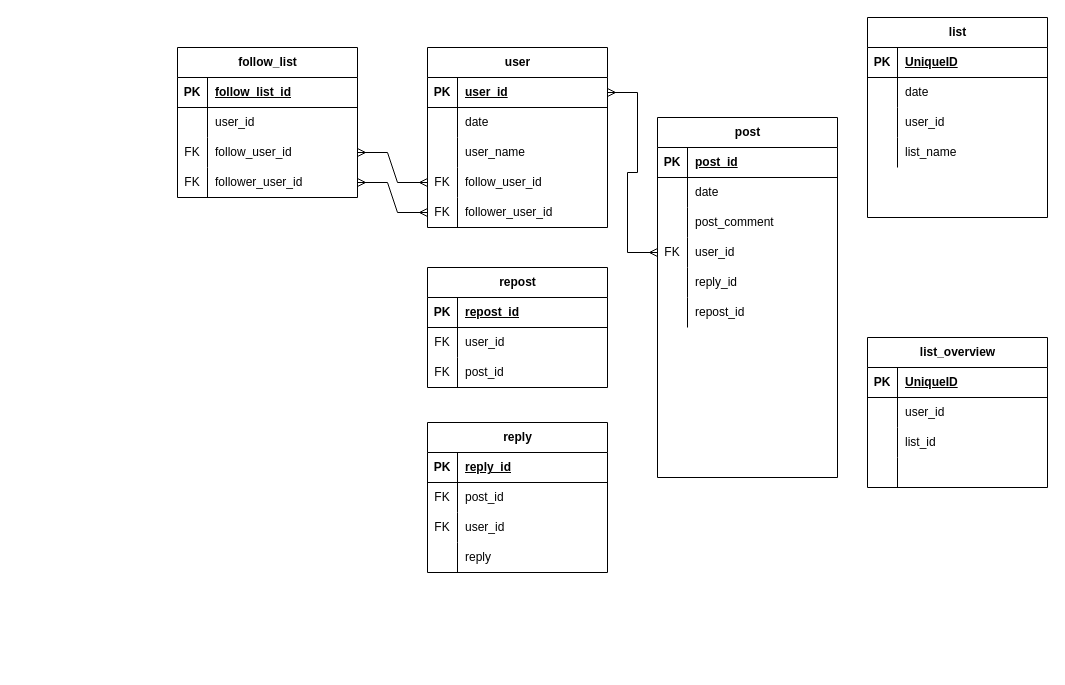
The draw.io diagram X.drawio in namacosansan/ER, before the edit. Source tidied: cells renumbered, new cells numbered last; positions are measured from the earlier drawing's top-left corner, leaving out a move shared by most shapes. Both pictures are drawn from the tidied source at 100%, with x=0, y=0 at pixel (177, 17).
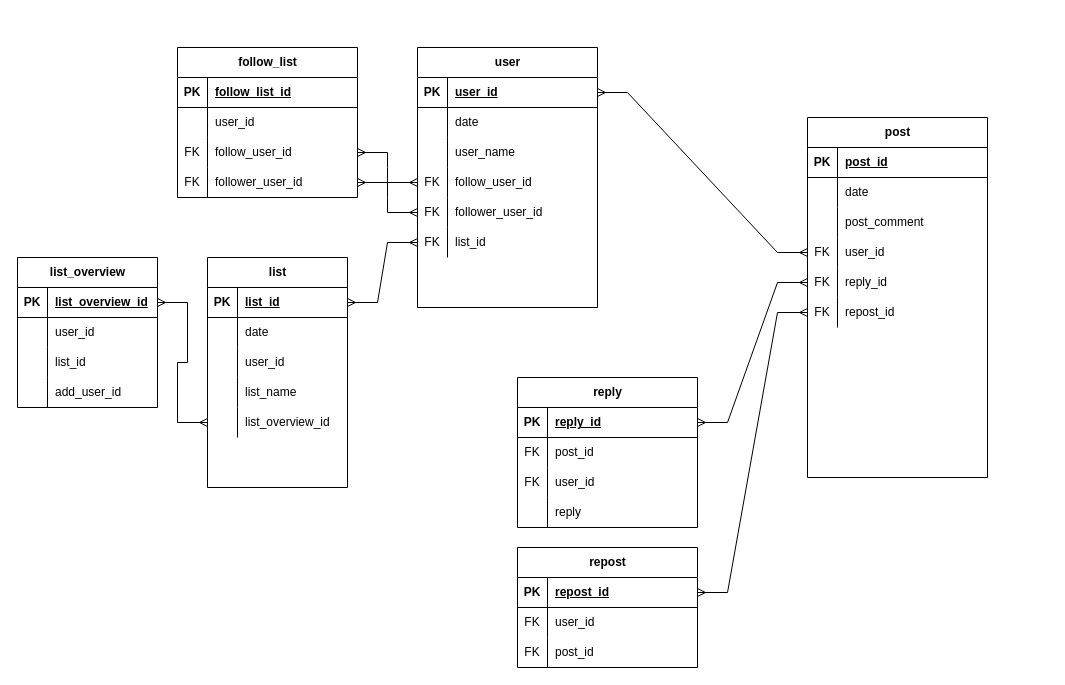
The same page after the edit.

Commit message (it also covers changes not shown here):
X.drawio を更新します

The change refers to these unchanged cells:
```xml
<mxCell id="19" style="shape=tableRow;horizontal=0;startSize=0;swimlaneHead=0;swimlaneBody=0;fillColor=none;points=[[0,0.5],[1,0.5]];portConstraint=eastwest;top=0;left=0;right=0;bottom=1;" parent="18" vertex="1">
  <mxGeometry y="30" width="180" height="30" as="geometry" />
</mxCell>
<mxCell id="32" style="shape=tableRow;horizontal=0;startSize=0;swimlaneHead=0;swimlaneBody=0;fillColor=none;points=[[0,0.5],[1,0.5]];portConstraint=eastwest;top=0;left=0;right=0;bottom=1;" parent="31" vertex="1">
  <mxGeometry y="30" width="180" height="30" as="geometry" />
</mxCell>
<mxCell id="93" style="shape=tableRow;horizontal=0;startSize=0;swimlaneHead=0;swimlaneBody=0;fillColor=none;points=[[0,0.5],[1,0.5]];portConstraint=eastwest;top=0;left=0;right=0;bottom=0;" parent="80" vertex="1">
  <mxGeometry y="150" width="180" height="30" as="geometry" />
</mxCell>
<mxCell id="96" style="shape=tableRow;horizontal=0;startSize=0;swimlaneHead=0;swimlaneBody=0;fillColor=none;points=[[0,0.5],[1,0.5]];portConstraint=eastwest;top=0;left=0;right=0;bottom=0;" parent="80" vertex="1">
  <mxGeometry y="180" width="180" height="30" as="geometry" />
</mxCell>
```

What changed in the source:
```diff
@@
     <mxCell id="2" value="user" style="shape=table;startSize=30;childLayout=tableLayout;rowLines=0;fontStyle=1;align=center;html=1;" parent="1" vertex="1">
-      <mxGeometry x="250" y="30" width="180" height="180" as="geometry" />
+      <mxGeometry x="240" y="30" width="180" height="260" as="geometry" />
     </mxCell>
@@
+    <mxCell id="102" style="shape=tableRow;horizontal=0;startSize=0;swimlaneHead=0;swimlaneBody=0;fillColor=none;points=[[0,0.5],[1,0.5]];portConstraint=eastwest;top=0;left=0;right=0;bottom=0;" parent="2" vertex="1">
+      <mxGeometry y="180" width="180" height="30" as="geometry" />
+    </mxCell>
+    <mxCell id="103" value="FK" style="shape=partialRectangle;fillColor=none;top=0;left=0;bottom=0;right=0;overflow=hidden;whiteSpace=wrap;html=1;" parent="102" vertex="1">
+      <mxGeometry width="30" height="30" as="geometry" />
+    </mxCell>
+    <mxCell id="104" value="list_id" style="shape=partialRectangle;fillColor=none;top=0;left=0;bottom=0;right=0;align=left;spacingLeft=6;overflow=hidden;whiteSpace=wrap;html=1;" parent="102" vertex="1">
+      <mxGeometry x="30" width="150" height="30" as="geometry" />
+    </mxCell>
     <mxCell id="18" value="reply" style="shape=table;startSize=30;childLayout=tableLayout;rowLines=0;fontStyle=1;align=center;html=1;" parent="1" vertex="1">
-      <mxGeometry x="250" y="405" width="180" height="150" as="geometry" />
+      <mxGeometry x="340" y="360" width="180" height="150" as="geometry" />
     </mxCell>
@@
     <mxCell id="31" value="repost" style="shape=table;startSize=30;childLayout=tableLayout;rowLines=0;fontStyle=1;align=center;html=1;" parent="1" vertex="1">
-      <mxGeometry x="250" y="250" width="180" height="120" as="geometry" />
+      <mxGeometry x="340" y="530" width="180" height="120" as="geometry" />
     </mxCell>
@@
     <mxCell id="41" value="list_overview" style="shape=table;startSize=30;childLayout=tableLayout;rowLines=0;fontStyle=1;align=center;html=1;" parent="1" vertex="1">
-      <mxGeometry x="690" y="320" width="180" height="150" as="geometry" />
+      <mxGeometry x="-160" y="240" width="140" height="150" as="geometry" />
     </mxCell>
     <mxCell id="42" style="shape=tableRow;horizontal=0;startSize=0;swimlaneHead=0;swimlaneBody=0;fillColor=none;points=[[0,0.5],[1,0.5]];portConstraint=eastwest;top=0;left=0;right=0;bottom=1;" parent="41" vertex="1">
-      <mxGeometry y="30" width="180" height="30" as="geometry" />
+      <mxGeometry y="30" width="140" height="30" as="geometry" />
     </mxCell>
@@
-    <mxCell id="44" value="UniqueID" style="shape=partialRectangle;fillColor=none;top=0;left=0;bottom=0;right=0;align=left;spacingLeft=6;fontStyle=5;overflow=hidden;whiteSpace=wrap;html=1;" parent="42" vertex="1">
-      <mxGeometry x="30" width="150" height="30" as="geometry" />
+    <mxCell id="44" value="&lt;span style=&quot;text-align: center; text-wrap-mode: nowrap;&quot;&gt;list_overview_id&lt;/span&gt;" style="shape=partialRectangle;fillColor=none;top=0;left=0;bottom=0;right=0;align=left;spacingLeft=6;fontStyle=5;overflow=hidden;whiteSpace=wrap;html=1;" parent="42" vertex="1">
+      <mxGeometry x="30" width="110" height="30" as="geometry" />
     </mxCell>
     <mxCell id="45" style="shape=tableRow;horizontal=0;startSize=0;swimlaneHead=0;swimlaneBody=0;fillColor=none;top=0;left=0;right=0;bottom=0;" parent="41" vertex="1">
-      <mxGeometry y="60" width="180" height="30" as="geometry" />
+      <mxGeometry y="60" width="140" height="30" as="geometry" />
     </mxCell>
@@
     <mxCell id="47" value="user_id" style="shape=partialRectangle;fillColor=none;top=0;left=0;bottom=0;right=0;align=left;spacingLeft=6;overflow=hidden;whiteSpace=wrap;html=1;" parent="45" vertex="1">
-      <mxGeometry x="30" width="150" height="30" as="geometry" />
+      <mxGeometry x="30" width="110" height="30" as="geometry" />
     </mxCell>
     <mxCell id="48" style="shape=tableRow;horizontal=0;startSize=0;swimlaneHead=0;swimlaneBody=0;fillColor=none;top=0;left=0;right=0;bottom=0;" parent="41" vertex="1">
-      <mxGeometry y="90" width="180" height="30" as="geometry" />
+      <mxGeometry y="90" width="140" height="30" as="geometry" />
     </mxCell>
@@
     <mxCell id="50" value="list_id" style="shape=partialRectangle;fillColor=none;top=0;left=0;bottom=0;right=0;align=left;spacingLeft=6;overflow=hidden;whiteSpace=wrap;html=1;" parent="48" vertex="1">
-      <mxGeometry x="30" width="150" height="30" as="geometry" />
+      <mxGeometry x="30" width="110" height="30" as="geometry" />
     </mxCell>
     <mxCell id="51" style="shape=tableRow;horizontal=0;startSize=0;swimlaneHead=0;swimlaneBody=0;fillColor=none;top=0;left=0;right=0;bottom=0;" parent="41" vertex="1">
-      <mxGeometry y="120" width="180" height="30" as="geometry" />
+      <mxGeometry y="120" width="140" height="30" as="geometry" />
     </mxCell>
@@
-    <mxCell id="53" style="shape=partialRectangle;fillColor=none;top=0;left=0;bottom=0;right=0;align=left;spacingLeft=6;overflow=hidden;whiteSpace=wrap;html=1;" parent="51" vertex="1">
-      <mxGeometry x="30" width="150" height="30" as="geometry" />
+    <mxCell id="53" value="add_user_id" style="shape=partialRectangle;fillColor=none;top=0;left=0;bottom=0;right=0;align=left;spacingLeft=6;overflow=hidden;whiteSpace=wrap;html=1;" parent="51" vertex="1">
+      <mxGeometry x="30" width="110" height="30" as="geometry" />
     </mxCell>
     <mxCell id="54" value="list" style="shape=table;startSize=30;childLayout=tableLayout;rowLines=0;fontStyle=1;align=center;html=1;" parent="1" vertex="1">
-      <mxGeometry x="690" width="180" height="200" as="geometry" />
+      <mxGeometry x="30" y="240" width="140" height="230" as="geometry" />
     </mxCell>
     <mxCell id="55" style="shape=tableRow;horizontal=0;startSize=0;swimlaneHead=0;swimlaneBody=0;fillColor=none;points=[[0,0.5],[1,0.5]];portConstraint=eastwest;top=0;left=0;right=0;bottom=1;" parent="54" vertex="1">
-      <mxGeometry y="30" width="180" height="30" as="geometry" />
+      <mxGeometry y="30" width="140" height="30" as="geometry" />
     </mxCell>
@@
-    <mxCell id="57" value="UniqueID" style="shape=partialRectangle;fillColor=none;top=0;left=0;bottom=0;right=0;align=left;spacingLeft=6;fontStyle=5;overflow=hidden;whiteSpace=wrap;html=1;" parent="55" vertex="1">
-      <mxGeometry x="30" width="150" height="30" as="geometry" />
+    <mxCell id="57" value="list_id" style="shape=partialRectangle;fillColor=none;top=0;left=0;bottom=0;right=0;align=left;spacingLeft=6;fontStyle=5;overflow=hidden;whiteSpace=wrap;html=1;" parent="55" vertex="1">
+      <mxGeometry x="30" width="110" height="30" as="geometry" />
     </mxCell>
     <mxCell id="58" style="shape=tableRow;horizontal=0;startSize=0;swimlaneHead=0;swimlaneBody=0;fillColor=none;top=0;left=0;right=0;bottom=0;" parent="54" vertex="1">
-      <mxGeometry y="60" width="180" height="30" as="geometry" />
+      <mxGeometry y="60" width="140" height="30" as="geometry" />
     </mxCell>
@@
     <mxCell id="60" value="date" style="shape=partialRectangle;fillColor=none;top=0;left=0;bottom=0;right=0;align=left;spacingLeft=6;overflow=hidden;whiteSpace=wrap;html=1;" parent="58" vertex="1">
-      <mxGeometry x="30" width="150" height="30" as="geometry" />
+      <mxGeometry x="30" width="110" height="30" as="geometry" />
     </mxCell>
     <mxCell id="61" style="shape=tableRow;horizontal=0;startSize=0;swimlaneHead=0;swimlaneBody=0;fillColor=none;top=0;left=0;right=0;bottom=0;" parent="54" vertex="1">
-      <mxGeometry y="90" width="180" height="30" as="geometry" />
+      <mxGeometry y="90" width="140" height="30" as="geometry" />
     </mxCell>
@@
     <mxCell id="63" value="user_id" style="shape=partialRectangle;fillColor=none;top=0;left=0;bottom=0;right=0;align=left;spacingLeft=6;overflow=hidden;whiteSpace=wrap;html=1;" parent="61" vertex="1">
-      <mxGeometry x="30" width="150" height="30" as="geometry" />
+      <mxGeometry x="30" width="110" height="30" as="geometry" />
     </mxCell>
     <mxCell id="64" style="shape=tableRow;horizontal=0;startSize=0;swimlaneHead=0;swimlaneBody=0;fillColor=none;top=0;left=0;right=0;bottom=0;" parent="54" vertex="1">
-      <mxGeometry y="120" width="180" height="30" as="geometry" />
+      <mxGeometry y="120" width="140" height="30" as="geometry" />
     </mxCell>
@@
     <mxCell id="66" value="list_name" style="shape=partialRectangle;fillColor=none;top=0;left=0;bottom=0;right=0;align=left;spacingLeft=6;overflow=hidden;whiteSpace=wrap;html=1;" parent="64" vertex="1">
-      <mxGeometry x="30" width="150" height="30" as="geometry" />
+      <mxGeometry x="30" width="110" height="30" as="geometry" />
     </mxCell>
+    <mxCell id="105" style="shape=tableRow;horizontal=0;startSize=0;swimlaneHead=0;swimlaneBody=0;fillColor=none;points=[[0,0.5],[1,0.5]];portConstraint=eastwest;top=0;left=0;right=0;bottom=0;" parent="54" vertex="1">
+      <mxGeometry y="150" width="140" height="30" as="geometry" />
+    </mxCell>
+    <mxCell id="106" style="shape=partialRectangle;fillColor=none;top=0;left=0;bottom=0;right=0;overflow=hidden;whiteSpace=wrap;html=1;" parent="105" vertex="1">
+      <mxGeometry width="30" height="30" as="geometry" />
+    </mxCell>
+    <mxCell id="107" value="list_overview_id" style="shape=partialRectangle;fillColor=none;top=0;left=0;bottom=0;right=0;align=left;spacingLeft=6;overflow=hidden;whiteSpace=wrap;html=1;" parent="105" vertex="1">
+      <mxGeometry x="30" width="110" height="30" as="geometry" />
+    </mxCell>
@@
     <mxCell id="80" value="post" style="shape=table;startSize=30;childLayout=tableLayout;rowLines=0;fontStyle=1;align=center;html=1;" parent="1" vertex="1">
-      <mxGeometry x="480" y="100" width="180" height="360" as="geometry" />
+      <mxGeometry x="630" y="100" width="180" height="360" as="geometry" />
     </mxCell>
@@
-    <mxCell id="94" style="shape=partialRectangle;fillColor=none;top=0;left=0;bottom=0;right=0;overflow=hidden;whiteSpace=wrap;html=1;" parent="93" vertex="1">
+    <mxCell id="94" value="FK" style="shape=partialRectangle;fillColor=none;top=0;left=0;bottom=0;right=0;overflow=hidden;whiteSpace=wrap;html=1;" parent="93" vertex="1">
       <mxGeometry width="30" height="30" as="geometry" />
     </mxCell>
@@
-    <mxCell id="97" style="shape=partialRectangle;fillColor=none;top=0;left=0;bottom=0;right=0;overflow=hidden;whiteSpace=wrap;html=1;" parent="96" vertex="1">
+    <mxCell id="97" value="FK" style="shape=partialRectangle;fillColor=none;top=0;left=0;bottom=0;right=0;overflow=hidden;whiteSpace=wrap;html=1;" parent="96" vertex="1">
       <mxGeometry width="30" height="30" as="geometry" />
     </mxCell>
@@
+    <mxCell id="108" style="edgeStyle=entityRelationEdgeStyle;fontSize=12;html=1;endArrow=ERmany;startArrow=ERmany;rounded=0;entryX=0;entryY=0.5;entryDx=0;entryDy=0;exitX=1;exitY=0.5;exitDx=0;exitDy=0;" parent="1" edge="1" source="19" target="93">
+      <mxGeometry relative="1" as="geometry" />
+    </mxCell>
+    <mxCell id="109" style="edgeStyle=entityRelationEdgeStyle;fontSize=12;html=1;endArrow=ERmany;startArrow=ERmany;rounded=0;entryX=0;entryY=0.5;entryDx=0;entryDy=0;exitX=1;exitY=0.5;exitDx=0;exitDy=0;" parent="1" edge="1" source="32" target="96">
+      <mxGeometry relative="1" as="geometry" />
+    </mxCell>
+    <mxCell id="110" style="edgeStyle=entityRelationEdgeStyle;fontSize=12;html=1;endArrow=ERmany;startArrow=ERmany;rounded=0;exitX=1;exitY=0.5;exitDx=0;exitDy=0;entryX=0;entryY=0.5;entryDx=0;entryDy=0;" parent="1" edge="1" source="55" target="102">
+      <mxGeometry relative="1" as="geometry" />
+    </mxCell>
+    <mxCell id="111" style="edgeStyle=entityRelationEdgeStyle;fontSize=12;html=1;endArrow=ERmany;startArrow=ERmany;rounded=0;exitX=1;exitY=0.5;exitDx=0;exitDy=0;entryX=0;entryY=0.5;entryDx=0;entryDy=0;" parent="1" edge="1" source="42" target="105">
+      <mxGeometry relative="1" as="geometry" />
+    </mxCell>
```
